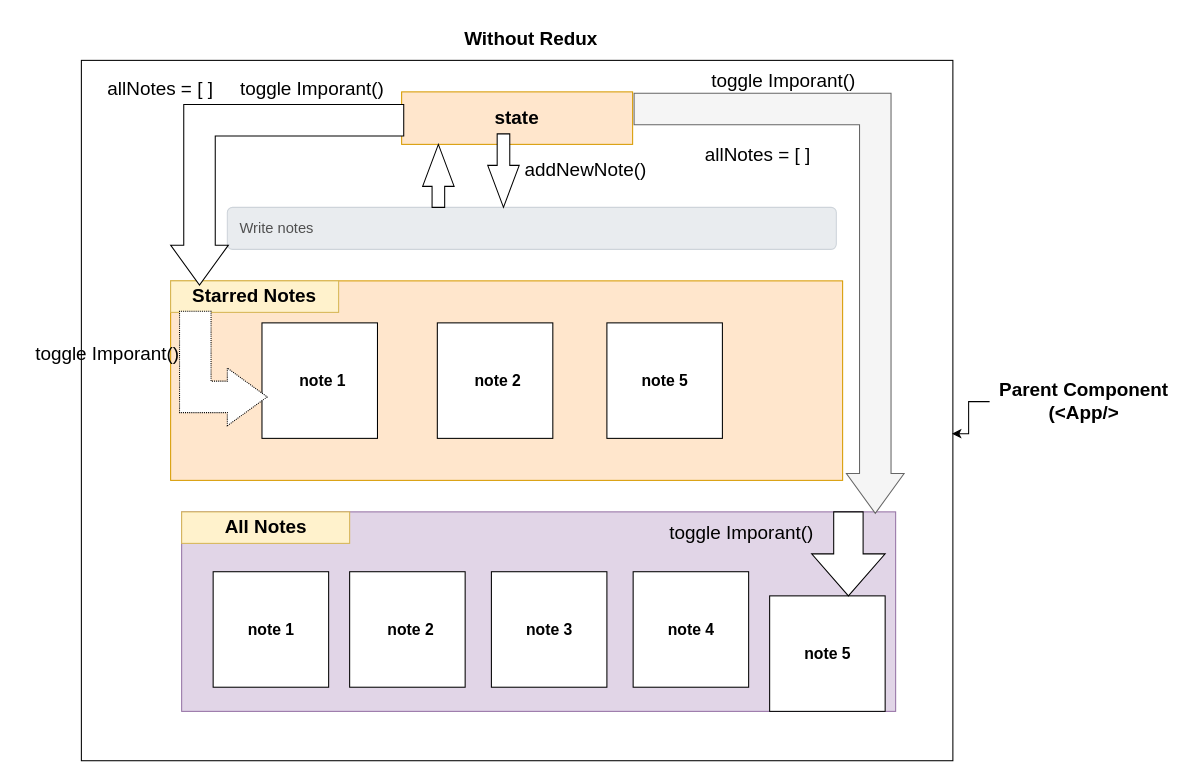
This is page "add another component" (3 of 8) of draw.io/wireframe.drawio from Dey-Sumit/redux-tutorials, a draw.io file, before an edit. Source tidied: cells renumbered, new cells numbered last; positions are measured from the earlier drawing's top-left corner, leaving out a move shared by most shapes. Both pictures are drawn from the tidied source at 105%, with x=0, y=0 at pixel (18, 18).
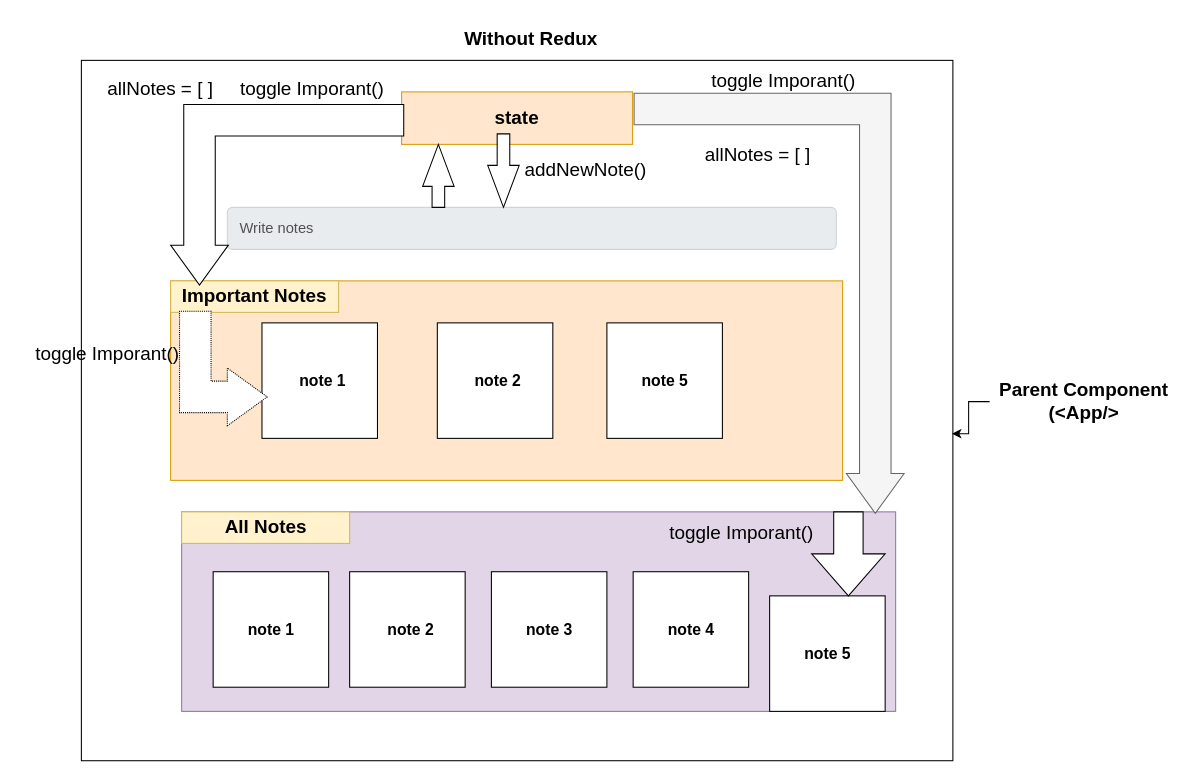
The same page after the edit.

The edit, as a diff of the source:
```diff
@@
-    <mxCell id="25" value="&lt;span style=&quot;font-size: 18px&quot;&gt;&lt;b&gt;Starred Notes&lt;/b&gt;&lt;/span&gt;" style="text;html=1;strokeColor=#d6b656;fillColor=#fff2cc;align=center;verticalAlign=middle;whiteSpace=wrap;rounded=0;" parent="1" vertex="1">
+    <mxCell id="25" value="&lt;span style=&quot;font-size: 18px&quot;&gt;&lt;b&gt;Important Notes&lt;/b&gt;&lt;/span&gt;" style="text;html=1;strokeColor=#d6b656;fillColor=#fff2cc;align=center;verticalAlign=middle;whiteSpace=wrap;rounded=0;" parent="1" vertex="1">
       <mxGeometry x="145" y="250" width="160" height="30" as="geometry" />
     </mxCell>
```
